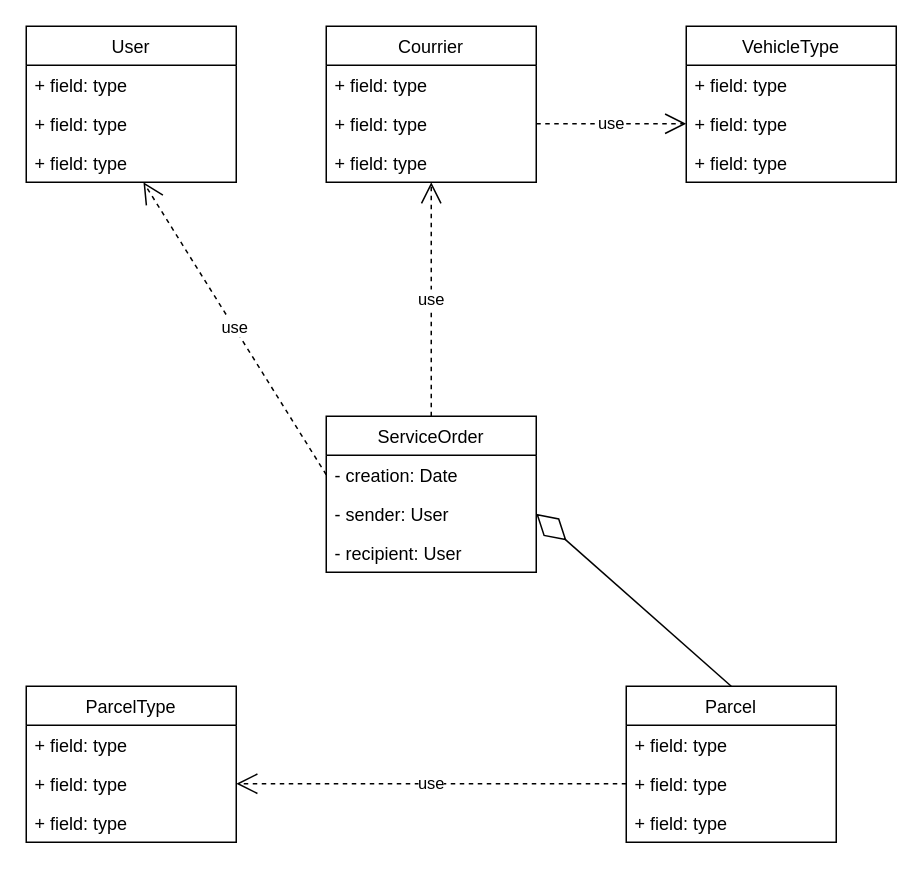
This is page "Class diagram" (3 of 4) of docs/HI-parcel-UML.drawio from akctba/hiparcel, a draw.io file, before an edit. Source tidied: cells renumbered, new cells numbered last; positions are measured from the earlier drawing's top-left corner, leaving out a move shared by most shapes. Both pictures are drawn from the tidied source at 150%, with x=0, y=0 at pixel (26, 26).
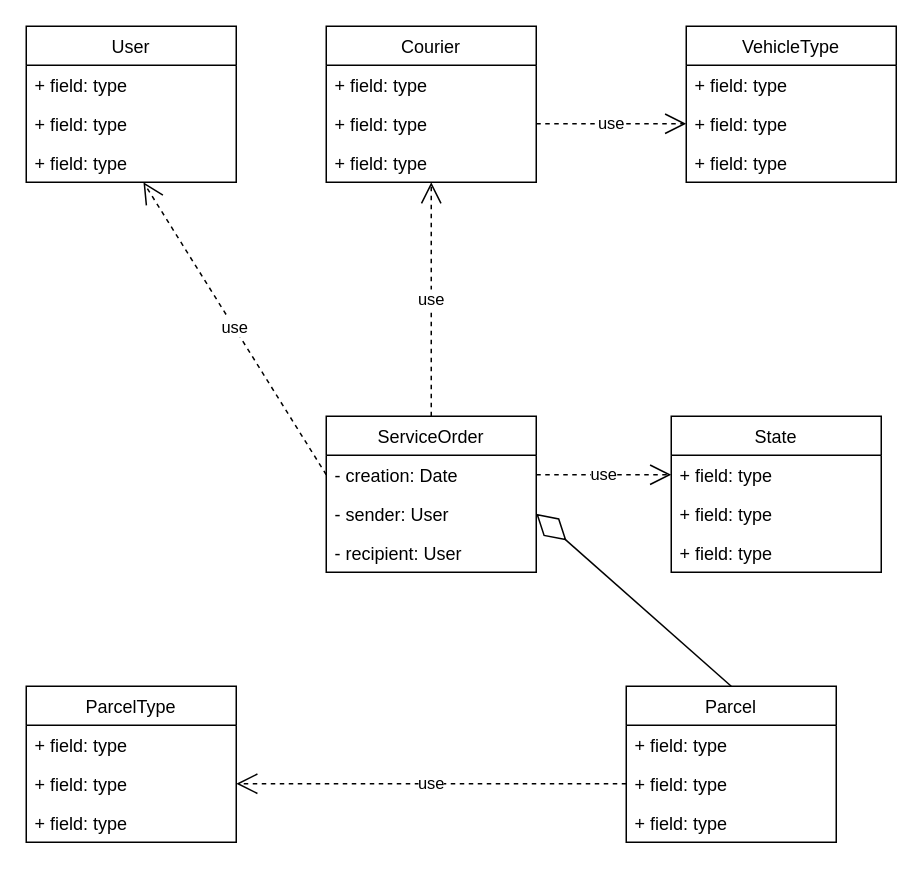
The same page after the edit.

Unchanged cells that the change refers to:
```xml
<mxCell id="15" value="- creation: Date" style="text;strokeColor=none;fillColor=none;align=left;verticalAlign=top;spacingLeft=4;spacingRight=4;overflow=hidden;points=[[0,0.5],[1,0.5]];portConstraint=eastwest;" parent="14" vertex="1">
  <mxGeometry y="26" width="140" height="26" as="geometry" />
</mxCell>
```

What changed in the source:
```diff
@@
-    <mxCell id="6" value="Courrier" style="swimlane;fontStyle=0;horizontal=1;startSize=26;fillColor=none;" parent="1" vertex="1">
+    <mxCell id="6" value="Courier" style="swimlane;fontStyle=0;horizontal=1;startSize=26;fillColor=none;" parent="1" vertex="1">
       <mxGeometry x="200" width="140" height="104" as="geometry" />
     </mxCell>
@@
+    <mxCell id="31" value="State" style="swimlane;fontStyle=0;horizontal=1;startSize=26;fillColor=none;" parent="1" vertex="1">
+      <mxGeometry x="430" y="260" width="140" height="104" as="geometry" />
+    </mxCell>
+    <mxCell id="32" value="+ field: type" style="text;strokeColor=none;fillColor=none;align=left;verticalAlign=top;spacingLeft=4;spacingRight=4;overflow=hidden;points=[[0,0.5],[1,0.5]];portConstraint=eastwest;" parent="31" vertex="1">
+      <mxGeometry y="26" width="140" height="26" as="geometry" />
+    </mxCell>
+    <mxCell id="33" value="+ field: type" style="text;strokeColor=none;fillColor=none;align=left;verticalAlign=top;spacingLeft=4;spacingRight=4;overflow=hidden;" parent="31" vertex="1">
+      <mxGeometry y="52" width="140" height="26" as="geometry" />
+    </mxCell>
+    <mxCell id="34" value="+ field: type" style="text;strokeColor=none;fillColor=none;align=left;verticalAlign=top;spacingLeft=4;spacingRight=4;overflow=hidden;" parent="31" vertex="1">
+      <mxGeometry y="78" width="140" height="26" as="geometry" />
+    </mxCell>
+    <mxCell id="35" value="use" style="endArrow=open;endSize=12;dashed=1;html=1;exitX=1;exitY=0.5;exitDx=0;exitDy=0;" parent="1" edge="1" source="15" target="32">
+      <mxGeometry relative="1" as="geometry" />
+    </mxCell>
```
